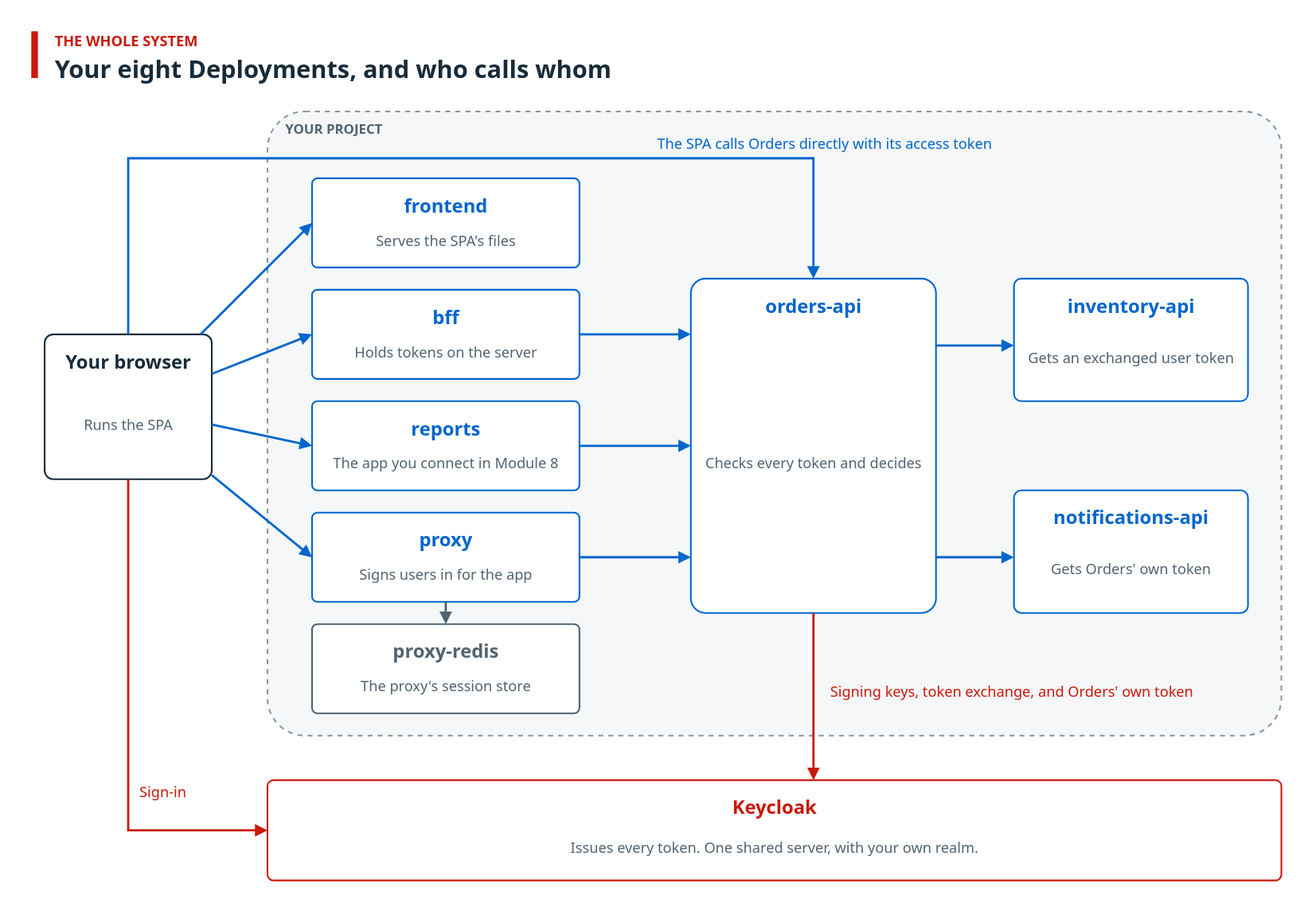
This is workshop/showroom/content/modules/ROOT/images/system-overview.svg from redhat-telco-adoption/rhbk-microservices-workshop-content, a draw.io export, as it was before one commit. Source tidied: cells renumbered, new cells last; positions are measured from the earlier drawing's top-left corner, leaving out a move shared by most shapes. Its diagram source:
```xml
<mxGraphModel>
  <root>
    <mxCell id="0" />
    <mxCell id="1" parent="0" />
    <mxCell id="2" style="rounded=1;arcSize=6;fillColor=#ffffff;strokeColor=none;strokeWidth=1.5;html=1;" parent="1" vertex="1">
      <mxGeometry width="1180" height="820" as="geometry" />
    </mxCell>
    <mxCell id="3" style="rounded=1;arcSize=6;fillColor=#c9190b;strokeColor=none;strokeWidth=1.5;html=1;" parent="1" vertex="1">
      <mxGeometry x="28" y="28" width="6" height="42" as="geometry" />
    </mxCell>
    <mxCell id="4" value="THE WHOLE SYSTEM" style="text;fillColor=none;strokeColor=none;align=left;verticalAlign=middle;fontFamily=Noto Sans,Arial,sans-serif;fontSize=13;fontColor=#c9190b;fontStyle=1;spacing=0;html=0;" parent="1" vertex="1">
      <mxGeometry x="49" y="26" width="900" height="20" as="geometry" />
    </mxCell>
    <mxCell id="5" value="Your eight Deployments, and who calls whom" style="text;fillColor=none;strokeColor=none;align=left;verticalAlign=middle;fontFamily=Noto Sans,Arial,sans-serif;fontSize=22;fontColor=#172b3a;fontStyle=1;spacing=0;html=0;" parent="1" vertex="1">
      <mxGeometry x="49" y="46" width="1000" height="28" as="geometry" />
    </mxCell>
    <mxCell id="6" style="rounded=1;arcSize=6;fillColor=#f5f7f8;strokeColor=#8a97a3;strokeWidth=1.5;html=1;dashed=1;" parent="1" vertex="1">
      <mxGeometry x="240" y="100" width="910" height="560" as="geometry" />
    </mxCell>
    <mxCell id="7" value="YOUR PROJECT" style="text;fillColor=none;strokeColor=none;align=left;verticalAlign=middle;fontFamily=Noto Sans,Arial,sans-serif;fontSize=12;fontColor=#526371;fontStyle=1;spacing=0;html=0;" parent="1" vertex="1">
      <mxGeometry x="256" y="106" width="300" height="18" as="geometry" />
    </mxCell>
    <mxCell id="8" style="rounded=1;arcSize=6;fillColor=#ffffff;strokeColor=#172b3a;strokeWidth=1.5;html=1;" parent="1" vertex="1">
      <mxGeometry x="40" y="300" width="150" height="130" as="geometry" />
    </mxCell>
    <mxCell id="9" value="Your browser" style="text;fillColor=none;strokeColor=none;align=center;verticalAlign=middle;fontFamily=Noto Sans,Arial,sans-serif;fontSize=17;fontColor=#172b3a;fontStyle=1;spacing=0;html=0;" parent="1" vertex="1">
      <mxGeometry x="50" y="310" width="130" height="26" as="geometry" />
    </mxCell>
    <mxCell id="10" value="Runs the SPA" style="text;fillColor=none;strokeColor=none;align=center;verticalAlign=middle;fontFamily=Noto Sans,Arial,sans-serif;fontSize=13;fontColor=#526371;fontStyle=0;spacing=0;html=0;" parent="1" vertex="1">
      <mxGeometry x="52" y="338" width="126" height="84" as="geometry" />
    </mxCell>
    <mxCell id="11" style="rounded=1;arcSize=6;fillColor=#ffffff;strokeColor=#0066cc;strokeWidth=1.5;html=1;" parent="1" vertex="1">
      <mxGeometry x="280" y="160" width="240" height="80" as="geometry" />
    </mxCell>
    <mxCell id="12" value="frontend" style="text;fillColor=none;strokeColor=none;align=center;verticalAlign=middle;fontFamily=Noto Sans,Arial,sans-serif;fontSize=17;fontColor=#0066cc;fontStyle=1;spacing=0;html=0;" parent="1" vertex="1">
      <mxGeometry x="290" y="170" width="220" height="26" as="geometry" />
    </mxCell>
    <mxCell id="13" value="Serves the SPA's files" style="text;fillColor=none;strokeColor=none;align=center;verticalAlign=middle;fontFamily=Noto Sans,Arial,sans-serif;fontSize=13;fontColor=#526371;fontStyle=0;spacing=0;html=0;" parent="1" vertex="1">
      <mxGeometry x="292" y="198" width="216" height="34" as="geometry" />
    </mxCell>
    <mxCell id="14" style="rounded=1;arcSize=6;fillColor=#ffffff;strokeColor=#0066cc;strokeWidth=1.5;html=1;" parent="1" vertex="1">
      <mxGeometry x="280" y="260" width="240" height="80" as="geometry" />
    </mxCell>
    <mxCell id="15" value="bff" style="text;fillColor=none;strokeColor=none;align=center;verticalAlign=middle;fontFamily=Noto Sans,Arial,sans-serif;fontSize=17;fontColor=#0066cc;fontStyle=1;spacing=0;html=0;" parent="1" vertex="1">
      <mxGeometry x="290" y="270" width="220" height="26" as="geometry" />
    </mxCell>
    <mxCell id="16" value="Holds tokens on the server" style="text;fillColor=none;strokeColor=none;align=center;verticalAlign=middle;fontFamily=Noto Sans,Arial,sans-serif;fontSize=13;fontColor=#526371;fontStyle=0;spacing=0;html=0;" parent="1" vertex="1">
      <mxGeometry x="292" y="298" width="216" height="34" as="geometry" />
    </mxCell>
    <mxCell id="17" style="rounded=1;arcSize=6;fillColor=#ffffff;strokeColor=#0066cc;strokeWidth=1.5;html=1;" parent="1" vertex="1">
      <mxGeometry x="280" y="360" width="240" height="80" as="geometry" />
    </mxCell>
    <mxCell id="18" value="reports" style="text;fillColor=none;strokeColor=none;align=center;verticalAlign=middle;fontFamily=Noto Sans,Arial,sans-serif;fontSize=17;fontColor=#0066cc;fontStyle=1;spacing=0;html=0;" parent="1" vertex="1">
      <mxGeometry x="290" y="370" width="220" height="26" as="geometry" />
    </mxCell>
    <mxCell id="19" value="The app you connect in Module 8" style="text;fillColor=none;strokeColor=none;align=center;verticalAlign=middle;fontFamily=Noto Sans,Arial,sans-serif;fontSize=13;fontColor=#526371;fontStyle=0;spacing=0;html=0;" parent="1" vertex="1">
      <mxGeometry x="292" y="398" width="216" height="34" as="geometry" />
    </mxCell>
    <mxCell id="20" style="rounded=1;arcSize=6;fillColor=#ffffff;strokeColor=#0066cc;strokeWidth=1.5;html=1;" parent="1" vertex="1">
      <mxGeometry x="280" y="460" width="240" height="80" as="geometry" />
    </mxCell>
    <mxCell id="21" value="proxy" style="text;fillColor=none;strokeColor=none;align=center;verticalAlign=middle;fontFamily=Noto Sans,Arial,sans-serif;fontSize=17;fontColor=#0066cc;fontStyle=1;spacing=0;html=0;" parent="1" vertex="1">
      <mxGeometry x="290" y="470" width="220" height="26" as="geometry" />
    </mxCell>
    <mxCell id="22" value="Signs users in for the app" style="text;fillColor=none;strokeColor=none;align=center;verticalAlign=middle;fontFamily=Noto Sans,Arial,sans-serif;fontSize=13;fontColor=#526371;fontStyle=0;spacing=0;html=0;" parent="1" vertex="1">
      <mxGeometry x="292" y="498" width="216" height="34" as="geometry" />
    </mxCell>
    <mxCell id="23" style="rounded=1;arcSize=6;fillColor=#ffffff;strokeColor=#526371;strokeWidth=1.5;html=1;" parent="1" vertex="1">
      <mxGeometry x="280" y="560" width="240" height="80" as="geometry" />
    </mxCell>
    <mxCell id="24" value="proxy-redis" style="text;fillColor=none;strokeColor=none;align=center;verticalAlign=middle;fontFamily=Noto Sans,Arial,sans-serif;fontSize=17;fontColor=#526371;fontStyle=1;spacing=0;html=0;" parent="1" vertex="1">
      <mxGeometry x="290" y="570" width="220" height="26" as="geometry" />
    </mxCell>
    <mxCell id="25" value="The proxy's session store" style="text;fillColor=none;strokeColor=none;align=center;verticalAlign=middle;fontFamily=Noto Sans,Arial,sans-serif;fontSize=13;fontColor=#526371;fontStyle=0;spacing=0;html=0;" parent="1" vertex="1">
      <mxGeometry x="292" y="598" width="216" height="34" as="geometry" />
    </mxCell>
    <mxCell id="26" style="rounded=1;arcSize=6;fillColor=#ffffff;strokeColor=#0066cc;strokeWidth=1.5;html=1;" parent="1" vertex="1">
      <mxGeometry x="620" y="250" width="220" height="300" as="geometry" />
    </mxCell>
    <mxCell id="27" value="orders-api" style="text;fillColor=none;strokeColor=none;align=center;verticalAlign=middle;fontFamily=Noto Sans,Arial,sans-serif;fontSize=17;fontColor=#0066cc;fontStyle=1;spacing=0;html=0;" parent="1" vertex="1">
      <mxGeometry x="630" y="260" width="200" height="26" as="geometry" />
    </mxCell>
    <mxCell id="28" value="Checks every token and decides" style="text;fillColor=none;strokeColor=none;align=center;verticalAlign=middle;fontFamily=Noto Sans,Arial,sans-serif;fontSize=13;fontColor=#526371;fontStyle=0;spacing=0;html=0;" parent="1" vertex="1">
      <mxGeometry x="632" y="288" width="196" height="254" as="geometry" />
    </mxCell>
    <mxCell id="29" style="rounded=1;arcSize=6;fillColor=#ffffff;strokeColor=#0066cc;strokeWidth=1.5;html=1;" parent="1" vertex="1">
      <mxGeometry x="910" y="250" width="210" height="110" as="geometry" />
    </mxCell>
    <mxCell id="30" value="inventory-api" style="text;fillColor=none;strokeColor=none;align=center;verticalAlign=middle;fontFamily=Noto Sans,Arial,sans-serif;fontSize=17;fontColor=#0066cc;fontStyle=1;spacing=0;html=0;" parent="1" vertex="1">
      <mxGeometry x="920" y="260" width="190" height="26" as="geometry" />
    </mxCell>
    <mxCell id="31" value="Gets an exchanged user token" style="text;fillColor=none;strokeColor=none;align=center;verticalAlign=middle;fontFamily=Noto Sans,Arial,sans-serif;fontSize=13;fontColor=#526371;fontStyle=0;spacing=0;html=0;" parent="1" vertex="1">
      <mxGeometry x="922" y="288" width="186" height="64" as="geometry" />
    </mxCell>
    <mxCell id="32" style="rounded=1;arcSize=6;fillColor=#ffffff;strokeColor=#0066cc;strokeWidth=1.5;html=1;" parent="1" vertex="1">
      <mxGeometry x="910" y="440" width="210" height="110" as="geometry" />
    </mxCell>
    <mxCell id="33" value="notifications-api" style="text;fillColor=none;strokeColor=none;align=center;verticalAlign=middle;fontFamily=Noto Sans,Arial,sans-serif;fontSize=17;fontColor=#0066cc;fontStyle=1;spacing=0;html=0;" parent="1" vertex="1">
      <mxGeometry x="920" y="450" width="190" height="26" as="geometry" />
    </mxCell>
    <mxCell id="34" value="Gets Orders' own token" style="text;fillColor=none;strokeColor=none;align=center;verticalAlign=middle;fontFamily=Noto Sans,Arial,sans-serif;fontSize=13;fontColor=#526371;fontStyle=0;spacing=0;html=0;" parent="1" vertex="1">
      <mxGeometry x="922" y="478" width="186" height="64" as="geometry" />
    </mxCell>
    <mxCell id="35" style="rounded=1;arcSize=6;fillColor=#ffffff;strokeColor=#c9190b;strokeWidth=1.5;html=1;" parent="1" vertex="1">
      <mxGeometry x="240" y="700" width="910" height="90" as="geometry" />
    </mxCell>
    <mxCell id="36" value="Keycloak" style="text;fillColor=none;strokeColor=none;align=center;verticalAlign=middle;fontFamily=Noto Sans,Arial,sans-serif;fontSize=17;fontColor=#c9190b;fontStyle=1;spacing=0;html=0;" parent="1" vertex="1">
      <mxGeometry x="250" y="710" width="890" height="26" as="geometry" />
    </mxCell>
    <mxCell id="37" value="Issues every token. One shared server, with your own realm." style="text;fillColor=none;strokeColor=none;align=center;verticalAlign=middle;fontFamily=Noto Sans,Arial,sans-serif;fontSize=13;fontColor=#526371;fontStyle=0;spacing=0;html=0;" parent="1" vertex="1">
      <mxGeometry x="252" y="738" width="886" height="44" as="geometry" />
    </mxCell>
    <mxCell id="38" style="edgeStyle=none;rounded=0;html=1;strokeColor=#0066cc;strokeWidth=2;endArrow=block;endFill=1;entryX=0;entryY=0.5;entryDx=0;entryDy=0;" parent="1" edge="1" source="8" target="11">
      <mxGeometry relative="1" as="geometry" />
    </mxCell>
    <mxCell id="39" style="edgeStyle=none;rounded=0;html=1;strokeColor=#0066cc;strokeWidth=2;endArrow=block;endFill=1;entryX=0;entryY=0.5;entryDx=0;entryDy=0;" parent="1" edge="1" source="8" target="14">
      <mxGeometry relative="1" as="geometry" />
    </mxCell>
    <mxCell id="40" style="edgeStyle=none;rounded=0;html=1;strokeColor=#0066cc;strokeWidth=2;endArrow=block;endFill=1;entryX=0;entryY=0.5;entryDx=0;entryDy=0;" parent="1" edge="1" source="8" target="17">
      <mxGeometry relative="1" as="geometry" />
    </mxCell>
    <mxCell id="41" style="edgeStyle=none;rounded=0;html=1;strokeColor=#0066cc;strokeWidth=2;endArrow=block;endFill=1;entryX=0;entryY=0.5;entryDx=0;entryDy=0;" parent="1" edge="1" source="8" target="20">
      <mxGeometry relative="1" as="geometry" />
    </mxCell>
    <mxCell id="42" style="edgeStyle=none;rounded=0;html=1;strokeColor=#526371;strokeWidth=2;endArrow=block;endFill=1;" parent="1" edge="1" source="20" target="23">
      <mxGeometry relative="1" as="geometry" />
    </mxCell>
    <mxCell id="43" style="edgeStyle=none;rounded=0;html=1;strokeColor=#0066cc;strokeWidth=2;endArrow=block;endFill=1;exitX=0.5;exitY=0;exitDx=0;exitDy=0;entryX=0.5;entryY=0;entryDx=0;entryDy=0;" parent="1" edge="1" source="8" target="26">
      <mxGeometry relative="1" as="geometry">
        <Array as="points">
          <mxPoint x="115" y="142" />
          <mxPoint x="730" y="142" />
        </Array>
      </mxGeometry>
    </mxCell>
    <mxCell id="44" value="The SPA calls Orders directly with its access token" style="text;fillColor=none;strokeColor=none;align=center;verticalAlign=middle;fontFamily=Noto Sans,Arial,sans-serif;fontSize=13;fontColor=#0066cc;fontStyle=0;spacing=0;html=0;" parent="1" vertex="1">
      <mxGeometry x="540" y="118" width="400" height="20" as="geometry" />
    </mxCell>
    <mxCell id="45" style="edgeStyle=none;rounded=0;html=1;strokeColor=#0066cc;strokeWidth=2;endArrow=block;endFill=1;entryX=0;entryY=0.1667;entryDx=0;entryDy=0;" parent="1" edge="1" source="14" target="26">
      <mxGeometry relative="1" as="geometry" />
    </mxCell>
    <mxCell id="46" style="edgeStyle=none;rounded=0;html=1;strokeColor=#0066cc;strokeWidth=2;endArrow=block;endFill=1;entryX=0;entryY=0.5;entryDx=0;entryDy=0;" parent="1" edge="1" source="17" target="26">
      <mxGeometry relative="1" as="geometry" />
    </mxCell>
    <mxCell id="47" style="edgeStyle=none;rounded=0;html=1;strokeColor=#0066cc;strokeWidth=2;endArrow=block;endFill=1;entryX=0;entryY=0.8333;entryDx=0;entryDy=0;" parent="1" edge="1" source="20" target="26">
      <mxGeometry relative="1" as="geometry" />
    </mxCell>
    <mxCell id="48" style="edgeStyle=none;rounded=0;html=1;strokeColor=#0066cc;strokeWidth=2;endArrow=block;endFill=1;exitX=1;exitY=0.2;exitDx=0;exitDy=0;entryX=0;entryY=0.5455;entryDx=0;entryDy=0;" parent="1" edge="1" source="26" target="29">
      <mxGeometry relative="1" as="geometry" />
    </mxCell>
    <mxCell id="49" style="edgeStyle=none;rounded=0;html=1;strokeColor=#0066cc;strokeWidth=2;endArrow=block;endFill=1;exitX=1;exitY=0.8333;exitDx=0;exitDy=0;entryX=0;entryY=0.5455;entryDx=0;entryDy=0;" parent="1" edge="1" source="26" target="32">
      <mxGeometry relative="1" as="geometry" />
    </mxCell>
    <mxCell id="50" style="edgeStyle=none;rounded=0;html=1;strokeColor=#c9190b;strokeWidth=2;endArrow=block;endFill=1;exitX=0.5;exitY=1;exitDx=0;exitDy=0;entryX=0;entryY=0.5;entryDx=0;entryDy=0;" parent="1" edge="1" source="8" target="35">
      <mxGeometry relative="1" as="geometry">
        <Array as="points">
          <mxPoint x="115" y="745" />
        </Array>
      </mxGeometry>
    </mxCell>
    <mxCell id="51" value="Sign-in" style="text;fillColor=none;strokeColor=none;align=left;verticalAlign=middle;fontFamily=Noto Sans,Arial,sans-serif;fontSize=13;fontColor=#c9190b;fontStyle=0;spacing=0;html=0;" parent="1" vertex="1">
      <mxGeometry x="125" y="700" width="90" height="20" as="geometry" />
    </mxCell>
    <mxCell id="52" style="edgeStyle=none;rounded=0;html=1;strokeColor=#c9190b;strokeWidth=2;endArrow=block;endFill=1;exitX=0.5;exitY=1;exitDx=0;exitDy=0;entryX=0.5385;entryY=0;entryDx=0;entryDy=0;" parent="1" edge="1" source="26" target="35">
      <mxGeometry relative="1" as="geometry" />
    </mxCell>
    <mxCell id="53" value="Signing keys, token exchange, and Orders' own token" style="text;fillColor=none;strokeColor=none;align=left;verticalAlign=middle;fontFamily=Noto Sans,Arial,sans-serif;fontSize=13;fontColor=#c9190b;fontStyle=0;spacing=0;html=0;" parent="1" vertex="1">
      <mxGeometry x="745" y="600" width="300" height="40" as="geometry" />
    </mxCell>
  </root>
</mxGraphModel>
```
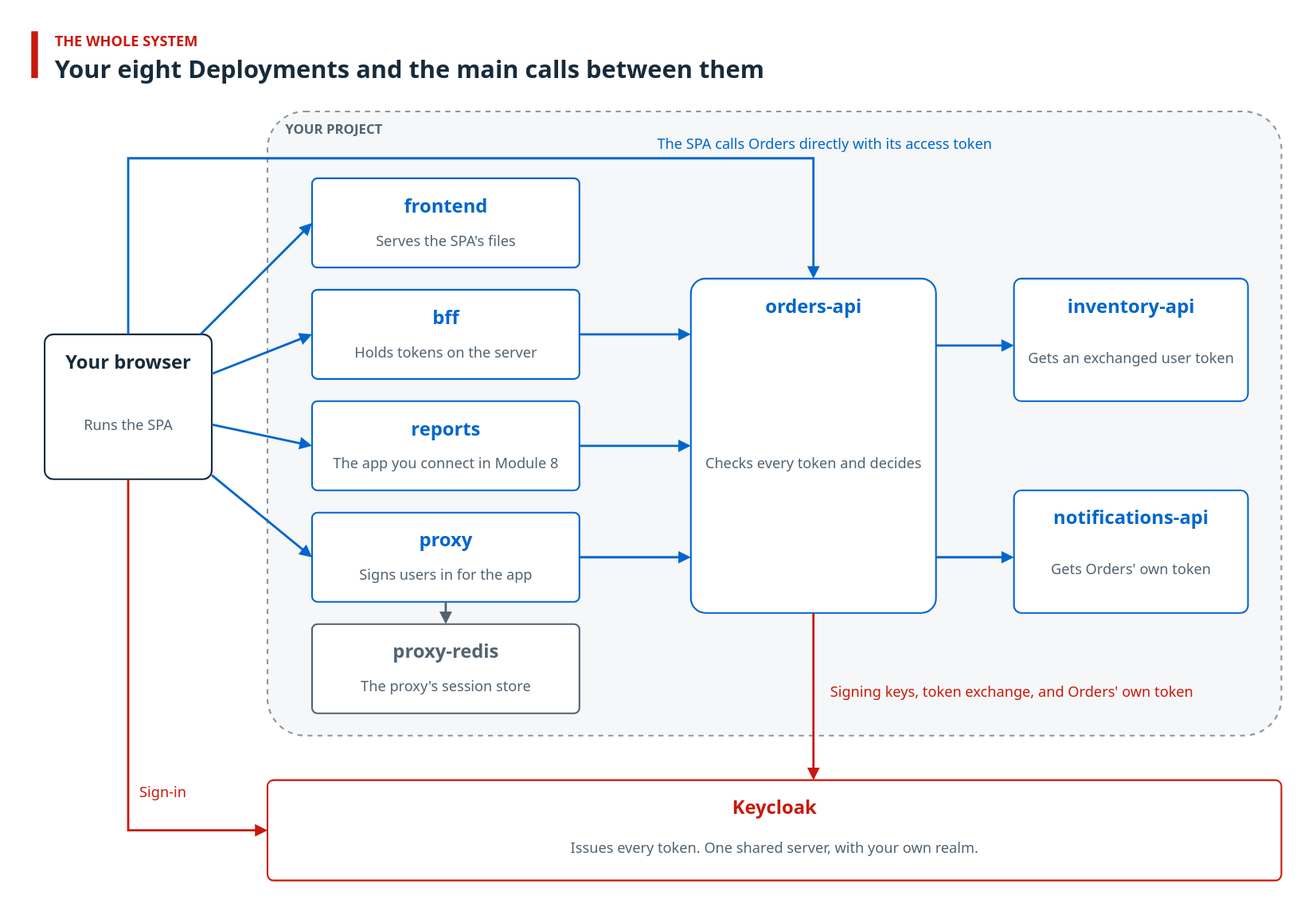
The same diagram one commit later.

What changed in the source:
```diff
@@ -11,7 +11,7 @@
     <mxCell id="4" value="THE WHOLE SYSTEM" style="text;fillColor=none;strokeColor=none;align=left;verticalAlign=middle;fontFamily=Noto Sans,Arial,sans-serif;fontSize=13;fontColor=#c9190b;fontStyle=1;spacing=0;html=0;" parent="1" vertex="1">
       <mxGeometry x="49" y="26" width="900" height="20" as="geometry" />
     </mxCell>
-    <mxCell id="5" value="Your eight Deployments, and who calls whom" style="text;fillColor=none;strokeColor=none;align=left;verticalAlign=middle;fontFamily=Noto Sans,Arial,sans-serif;fontSize=22;fontColor=#172b3a;fontStyle=1;spacing=0;html=0;" parent="1" vertex="1">
+    <mxCell id="5" value="Your eight Deployments and the main calls between them" style="text;fillColor=none;strokeColor=none;align=left;verticalAlign=middle;fontFamily=Noto Sans,Arial,sans-serif;fontSize=22;fontColor=#172b3a;fontStyle=1;spacing=0;html=0;" parent="1" vertex="1">
       <mxGeometry x="49" y="46" width="1000" height="28" as="geometry" />
     </mxCell>
     <mxCell id="6" style="rounded=1;arcSize=6;fillColor=#f5f7f8;strokeColor=#8a97a3;strokeWidth=1.5;html=1;dashed=1;" parent="1" vertex="1">
```
